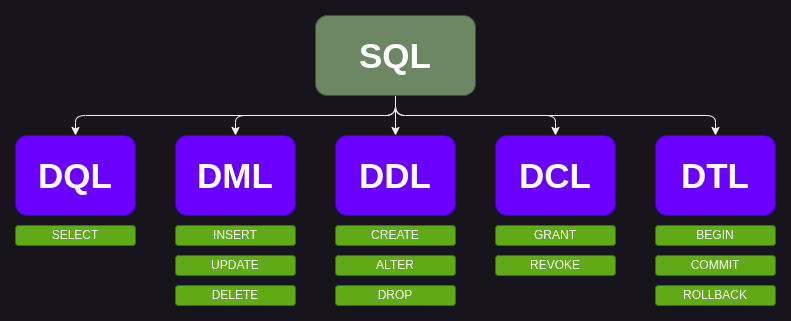
This is React.JS/Backend_com_Prisma_e_Node.js/images/Linguagem_SQL.drawio.png from systemboys/QuickSnip, a draw.io export, as it was before one commit. Source tidied: cells renumbered, new cells last; positions are measured from the earlier drawing's top-left corner, leaving out a move shared by most shapes. The source it was exported from:
```xml
<mxGraphModel>
  <root>
    <mxCell id="0" />
    <mxCell id="1" parent="0" />
    <mxCell id="2" style="edgeStyle=orthogonalEdgeStyle;jettySize=auto;html=1;exitX=0.5;exitY=1;exitDx=0;exitDy=0;rounded=1;" parent="1" edge="1" source="7" target="8">
      <mxGeometry relative="1" as="geometry" />
    </mxCell>
    <mxCell id="3" style="edgeStyle=orthogonalEdgeStyle;jettySize=auto;html=1;exitX=0.5;exitY=1;exitDx=0;exitDy=0;rounded=1;" parent="1" edge="1" source="7" target="9">
      <mxGeometry relative="1" as="geometry" />
    </mxCell>
    <mxCell id="4" style="edgeStyle=orthogonalEdgeStyle;jettySize=auto;html=1;exitX=0.5;exitY=1;exitDx=0;exitDy=0;rounded=1;" parent="1" edge="1" source="7" target="10">
      <mxGeometry relative="1" as="geometry" />
    </mxCell>
    <mxCell id="5" style="edgeStyle=orthogonalEdgeStyle;jettySize=auto;html=1;exitX=0.5;exitY=1;exitDx=0;exitDy=0;rounded=1;" parent="1" edge="1" source="7" target="11">
      <mxGeometry relative="1" as="geometry" />
    </mxCell>
    <mxCell id="6" style="edgeStyle=orthogonalEdgeStyle;jettySize=auto;html=1;exitX=0.5;exitY=1;exitDx=0;exitDy=0;rounded=1;" parent="1" edge="1" source="7" target="12">
      <mxGeometry relative="1" as="geometry" />
    </mxCell>
    <mxCell id="7" value="SQL" style="rounded=1;whiteSpace=wrap;html=1;fontSize=35;fontStyle=1;fillColor=#6d8764;fontColor=#ffffff;strokeColor=#3A5431;" parent="1" vertex="1">
      <mxGeometry x="300" width="160" height="80" as="geometry" />
    </mxCell>
    <mxCell id="8" value="DQL" style="rounded=1;whiteSpace=wrap;html=1;fontSize=35;fontStyle=1;fillColor=#6a00ff;fontColor=#ffffff;strokeColor=#3700CC;" parent="1" vertex="1">
      <mxGeometry y="120" width="120" height="80" as="geometry" />
    </mxCell>
    <mxCell id="9" value="DML" style="rounded=1;whiteSpace=wrap;html=1;fontSize=35;fontStyle=1;fillColor=#6a00ff;fontColor=#ffffff;strokeColor=#3700CC;" parent="1" vertex="1">
      <mxGeometry x="160" y="120" width="120" height="80" as="geometry" />
    </mxCell>
    <mxCell id="10" value="DDL" style="rounded=1;whiteSpace=wrap;html=1;fontSize=35;fontStyle=1;fillColor=#6a00ff;fontColor=#ffffff;strokeColor=#3700CC;" parent="1" vertex="1">
      <mxGeometry x="320" y="120" width="120" height="80" as="geometry" />
    </mxCell>
    <mxCell id="11" value="DCL" style="rounded=1;whiteSpace=wrap;html=1;fontSize=35;fontStyle=1;fillColor=#6a00ff;fontColor=#ffffff;strokeColor=#3700CC;" parent="1" vertex="1">
      <mxGeometry x="480" y="120" width="120" height="80" as="geometry" />
    </mxCell>
    <mxCell id="12" value="DTL" style="rounded=1;whiteSpace=wrap;html=1;fontSize=35;fontStyle=1;fillColor=#6a00ff;fontColor=#ffffff;strokeColor=#3700CC;" parent="1" vertex="1">
      <mxGeometry x="640" y="120" width="120" height="80" as="geometry" />
    </mxCell>
    <mxCell id="13" value="SELECT" style="rounded=1;whiteSpace=wrap;html=1;fillColor=#60a917;fontColor=#ffffff;strokeColor=#2D7600;" parent="1" vertex="1">
      <mxGeometry y="210" width="120" height="20" as="geometry" />
    </mxCell>
    <mxCell id="14" value="INSERT" style="rounded=1;whiteSpace=wrap;html=1;fillColor=#60a917;fontColor=#ffffff;strokeColor=#2D7600;" parent="1" vertex="1">
      <mxGeometry x="160" y="210" width="120" height="20" as="geometry" />
    </mxCell>
    <mxCell id="15" value="UPDATE" style="rounded=1;whiteSpace=wrap;html=1;fillColor=#60a917;fontColor=#ffffff;strokeColor=#2D7600;" parent="1" vertex="1">
      <mxGeometry x="160" y="240" width="120" height="20" as="geometry" />
    </mxCell>
    <mxCell id="16" value="DELETE" style="rounded=1;whiteSpace=wrap;html=1;fillColor=#60a917;fontColor=#ffffff;strokeColor=#2D7600;" parent="1" vertex="1">
      <mxGeometry x="160" y="270" width="120" height="20" as="geometry" />
    </mxCell>
    <mxCell id="17" value="CREATE" style="rounded=1;whiteSpace=wrap;html=1;fillColor=#60a917;fontColor=#ffffff;strokeColor=#2D7600;" parent="1" vertex="1">
      <mxGeometry x="320" y="210" width="120" height="20" as="geometry" />
    </mxCell>
    <mxCell id="18" value="ALTER" style="rounded=1;whiteSpace=wrap;html=1;fillColor=#60a917;fontColor=#ffffff;strokeColor=#2D7600;" parent="1" vertex="1">
      <mxGeometry x="320" y="240" width="120" height="20" as="geometry" />
    </mxCell>
    <mxCell id="19" value="DROP" style="rounded=1;whiteSpace=wrap;html=1;fillColor=#60a917;fontColor=#ffffff;strokeColor=#2D7600;" parent="1" vertex="1">
      <mxGeometry x="320" y="270" width="120" height="20" as="geometry" />
    </mxCell>
    <mxCell id="20" value="GRANT" style="rounded=1;whiteSpace=wrap;html=1;fillColor=#60a917;fontColor=#ffffff;strokeColor=#2D7600;" parent="1" vertex="1">
      <mxGeometry x="480" y="210" width="120" height="20" as="geometry" />
    </mxCell>
    <mxCell id="21" value="REVOKE" style="rounded=1;whiteSpace=wrap;html=1;fillColor=#60a917;fontColor=#ffffff;strokeColor=#2D7600;" parent="1" vertex="1">
      <mxGeometry x="480" y="240" width="120" height="20" as="geometry" />
    </mxCell>
    <mxCell id="22" value="BEGIN" style="rounded=1;whiteSpace=wrap;html=1;fillColor=#60a917;fontColor=#ffffff;strokeColor=#2D7600;" parent="1" vertex="1">
      <mxGeometry x="640" y="210" width="120" height="20" as="geometry" />
    </mxCell>
    <mxCell id="23" value="COMMIT" style="rounded=1;whiteSpace=wrap;html=1;fillColor=#60a917;fontColor=#ffffff;strokeColor=#2D7600;" parent="1" vertex="1">
      <mxGeometry x="640" y="240" width="120" height="20" as="geometry" />
    </mxCell>
    <mxCell id="24" value="ROLLBACK" style="rounded=1;whiteSpace=wrap;html=1;fillColor=#60a917;fontColor=#ffffff;strokeColor=#2D7600;" parent="1" vertex="1">
      <mxGeometry x="640" y="270" width="120" height="20" as="geometry" />
    </mxCell>
  </root>
</mxGraphModel>
```
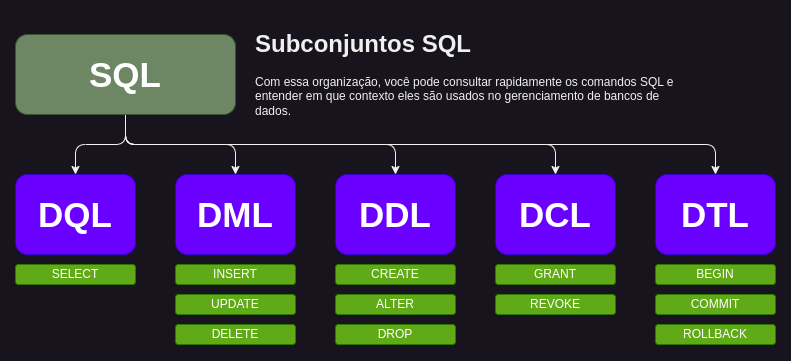
The same file after the commit.

Commit message:
Linguagem SQL. [4]

Change to the diagram source:
```diff
@@ -18,7 +18,7 @@
       <mxGeometry relative="1" as="geometry" />
     </mxCell>
     <mxCell id="7" value="SQL" style="rounded=1;whiteSpace=wrap;html=1;fontSize=35;fontStyle=1;fillColor=#6d8764;fontColor=#ffffff;strokeColor=#3A5431;" parent="1" vertex="1">
-      <mxGeometry x="300" width="160" height="80" as="geometry" />
+      <mxGeometry y="-20" width="220" height="80" as="geometry" />
     </mxCell>
     <mxCell id="8" value="DQL" style="rounded=1;whiteSpace=wrap;html=1;fontSize=35;fontStyle=1;fillColor=#6a00ff;fontColor=#ffffff;strokeColor=#3700CC;" parent="1" vertex="1">
       <mxGeometry y="120" width="120" height="80" as="geometry" />
@@ -71,5 +71,8 @@
     <mxCell id="24" value="ROLLBACK" style="rounded=1;whiteSpace=wrap;html=1;fillColor=#60a917;fontColor=#ffffff;strokeColor=#2D7600;" parent="1" vertex="1">
       <mxGeometry x="640" y="270" width="120" height="20" as="geometry" />
     </mxCell>
+    <mxCell id="25" value="&lt;h1&gt;Subconjuntos SQL&lt;/h1&gt;&lt;p&gt;Com essa organização, você pode consultar rapidamente os comandos SQL e &lt;br&gt;entender em que contexto eles são usados no gerenciamento de bancos de &lt;br&gt;dados.&lt;br&gt;&lt;/p&gt;" style="text;html=1;strokeColor=none;fillColor=none;spacing=5;spacingTop=-20;whiteSpace=wrap;overflow=hidden;rounded=0;align=left;verticalAlign=top;" parent="1" vertex="1">
+      <mxGeometry x="235" y="-30" width="520" height="100" as="geometry" />
+    </mxCell>
   </root>
 </mxGraphModel>
```
